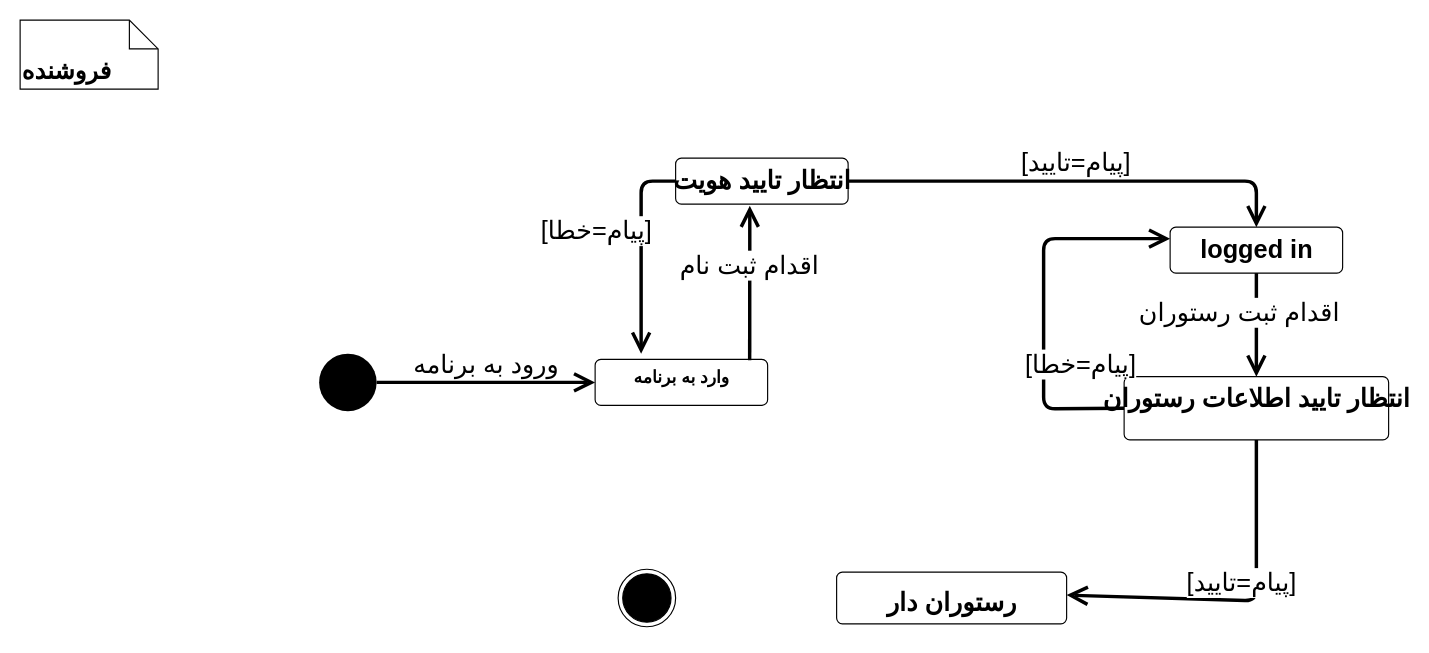
Above: Behavioural Modeling/seller_state.drawio in khoramian/TahDig_SoftwareEngineering (draw.io), before the change. Source tidied: cells renumbered, new cells numbered last; positions are measured from the earlier drawing's top-left corner, leaving out a move shared by most shapes. Both pictures are drawn from the tidied source at 115%, with x=0, y=0 at pixel (20, 20).
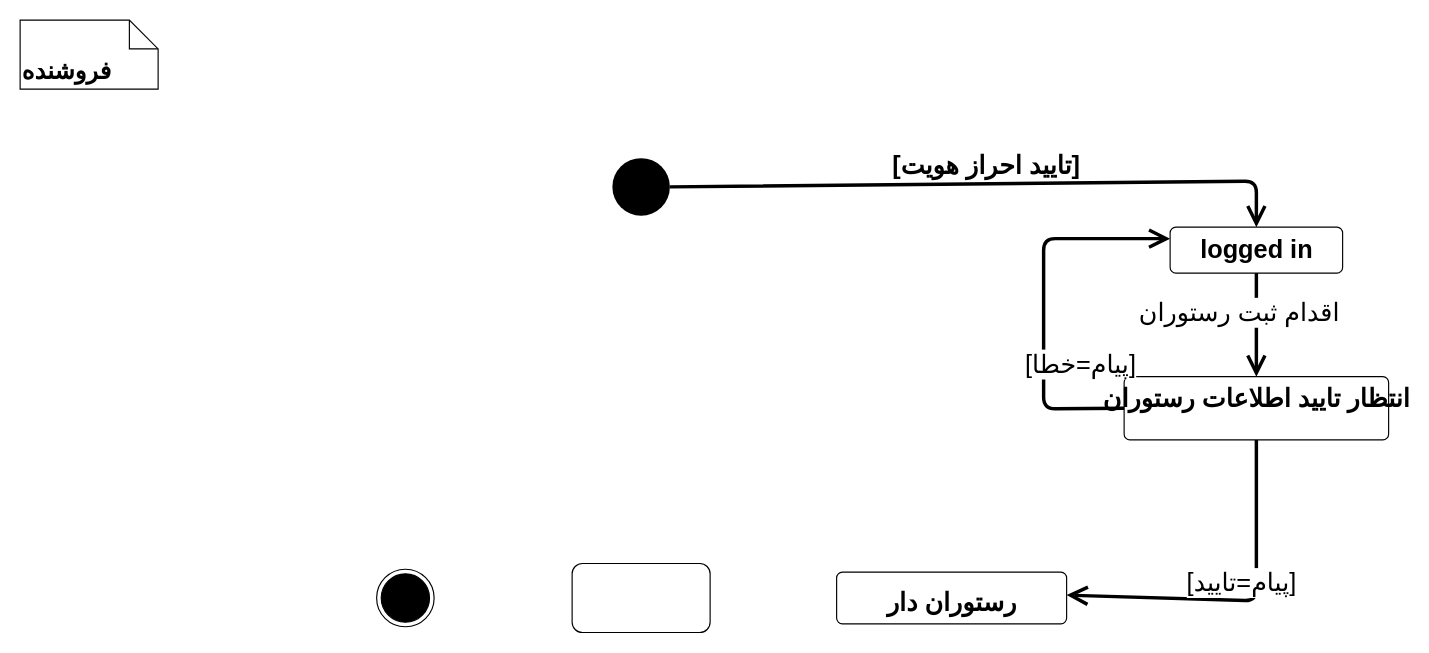
The same page after the edit.

The change refers to these unchanged cells:
```xml
<mxCell id="11" value="&lt;b&gt;&lt;font style=&quot;font-size: 22px&quot;&gt;logged in &lt;br&gt;&lt;/font&gt;&lt;/b&gt;" style="html=1;align=center;verticalAlign=top;rounded=1;absoluteArcSize=1;arcSize=10;dashed=0;" parent="1" vertex="1">
  <mxGeometry x="1000" y="180" width="150" height="40" as="geometry" />
</mxCell>
```

What changed in the source:
```diff
@@
-    <mxCell id="2" value="وارد به برنامه" style="html=1;align=center;verticalAlign=top;rounded=1;absoluteArcSize=1;arcSize=10;dashed=0;fontSize=15;fontStyle=1;" parent="1" vertex="1">
-      <mxGeometry x="500" y="295" width="150" height="40" as="geometry" />
-    </mxCell>
-    <mxCell id="3" style="ellipse;fillColor=#000000;strokeColor=none;" parent="1" vertex="1">
-      <mxGeometry x="260" y="290" width="50" height="50" as="geometry" />
-    </mxCell>
     <mxCell id="4" style="ellipse;html=1;shape=endState;fillColor=#000000;strokeColor=#000000;" parent="1" vertex="1">
-      <mxGeometry x="520" y="477.5" width="50" height="50" as="geometry" />
+      <mxGeometry x="310" y="477.5" width="50" height="50" as="geometry" />
     </mxCell>
@@
-    <mxCell id="6" value="&lt;font style=&quot;font-size: 22px&quot;&gt;ورود به برنامه &lt;/font&gt;" style="edgeStyle=none;html=1;endArrow=open;endSize=12;strokeWidth=3;verticalAlign=bottom;exitX=1;exitY=0.5;exitDx=0;exitDy=0;entryX=0;entryY=0.5;entryDx=0;entryDy=0;" parent="1" edge="1" source="3" target="2">
-      <mxGeometry relative="1" as="geometry" />
-    </mxCell>
-    <mxCell id="7" value="&lt;b&gt;&lt;font style=&quot;font-size: 22px&quot;&gt;انتظار تایید هویت&lt;br&gt;&lt;/font&gt;&lt;/b&gt;" style="html=1;align=center;verticalAlign=top;rounded=1;absoluteArcSize=1;arcSize=10;dashed=0;" parent="1" vertex="1">
-      <mxGeometry x="570" y="120" width="150" height="40" as="geometry" />
-    </mxCell>
-    <mxCell id="8" value="&lt;font style=&quot;font-size: 22px&quot;&gt;اقدام ثبت نام &lt;br&gt;&lt;/font&gt;" style="edgeStyle=none;html=1;endArrow=open;endSize=12;strokeWidth=3;verticalAlign=bottom;exitX=0.896;exitY=0.018;exitDx=0;exitDy=0;entryX=0.43;entryY=1.036;entryDx=0;entryDy=0;entryPerimeter=0;exitPerimeter=0;" parent="1" edge="1" source="2" target="7">
-      <mxGeometry relative="1" as="geometry" />
-    </mxCell>
-    <mxCell id="9" value="&lt;font style=&quot;font-size: 22px&quot;&gt;[پیام=تایید]&lt;/font&gt;" style="edgeStyle=none;html=1;endArrow=open;endSize=12;strokeWidth=3;verticalAlign=bottom;exitX=1;exitY=0.5;exitDx=0;exitDy=0;entryX=0.5;entryY=0;entryDx=0;entryDy=0;" parent="1" edge="1" source="7" target="11">
+    <mxCell id="9" value="&lt;b&gt;&lt;font style=&quot;font-size: 22px&quot;&gt;[تایید احراز هویت]&lt;br&gt;&lt;/font&gt;&lt;/b&gt;" style="edgeStyle=none;html=1;endArrow=open;endSize=12;strokeWidth=3;verticalAlign=bottom;exitX=1;exitY=0.5;exitDx=0;exitDy=0;entryX=0.5;entryY=0;entryDx=0;entryDy=0;" parent="1" edge="1" source="3" target="11">
       <mxGeometry relative="1" as="geometry">
         <Array as="points">
           <mxPoint x="1075" y="140" />
         </Array>
       </mxGeometry>
     </mxCell>
-    <mxCell id="10" value="&lt;font style=&quot;font-size: 22px&quot;&gt;[پیام=خطا]&lt;/font&gt;" style="edgeStyle=none;html=1;endArrow=open;endSize=12;strokeWidth=3;verticalAlign=bottom;exitX=0;exitY=0.5;exitDx=0;exitDy=0;" parent="1" edge="1" source="7">
-      <mxGeometry x="-0.02" y="-39" relative="1" as="geometry">
-        <mxPoint x="540" y="290" as="targetPoint" />
-        <Array as="points">
-          <mxPoint x="540" y="140" />
-        </Array>
-        <mxPoint y="1" as="offset" />
-      </mxGeometry>
-    </mxCell>
@@
+    <mxCell id="17" style="rounded=1;whiteSpace=wrap;html=1;fontSize=15;" parent="1" vertex="1">
+      <mxGeometry x="480" y="472.5" width="120" height="60" as="geometry" />
+    </mxCell>
+    <mxCell id="3" style="ellipse;fillColor=#000000;strokeColor=none;" parent="1" vertex="1">
+      <mxGeometry x="515" y="120" width="50" height="50" as="geometry" />
+    </mxCell>
```
